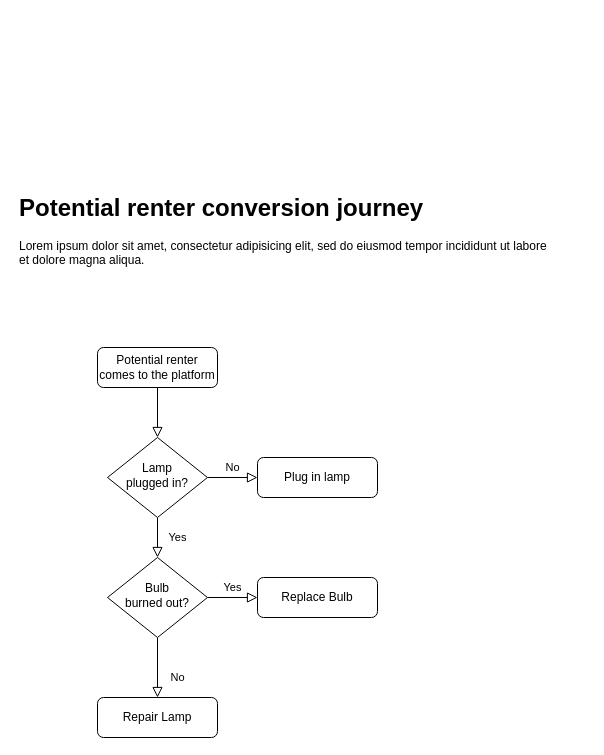
agratapatel/artlife keeps this draw.io diagram as Untitled Diagram.drawio. Above is the earlier version. Source tidied: cells renumbered, new cells numbered last; positions are measured from the earlier drawing's top-left corner, leaving out a move shared by most shapes. Both pictures are drawn from the tidied source at 100%, with x=0, y=0 at pixel (17, 187).
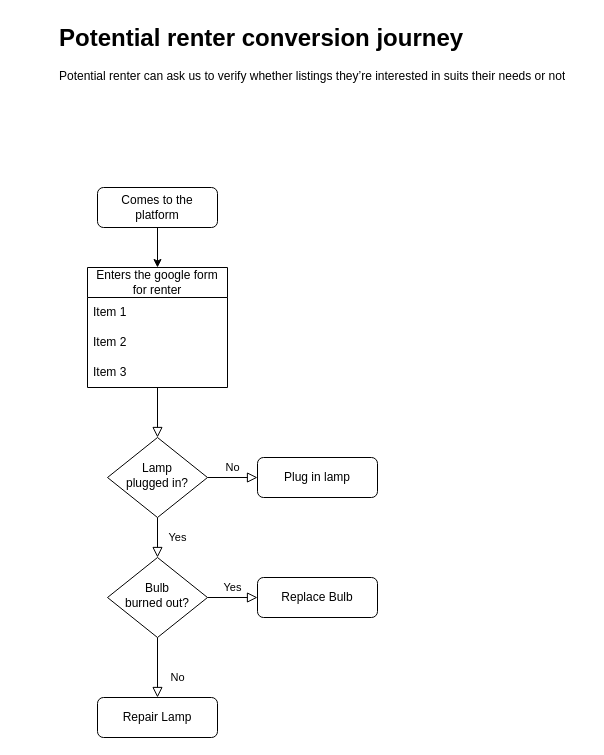
Above is the later version.

The edit, as a diff of the source:
```diff
@@
 <mxGraphModel>
   <root>
     <mxCell id="0" />
     <mxCell id="1" parent="0" />
-    <mxCell id="2" style="rounded=0;html=1;jettySize=auto;fontSize=11;endArrow=block;endFill=0;endSize=8;strokeWidth=1;shadow=0;labelBackgroundColor=none;edgeStyle=orthogonalEdgeStyle;" parent="1" edge="1" source="3" target="6">
+    <mxCell id="2" style="rounded=0;html=1;jettySize=auto;fontSize=11;endArrow=block;endFill=0;endSize=8;strokeWidth=1;shadow=0;labelBackgroundColor=none;edgeStyle=orthogonalEdgeStyle;exitX=0.5;exitY=1;exitDx=0;exitDy=0;" parent="1" edge="1" source="16" target="6">
       <mxGeometry relative="1" as="geometry" />
     </mxCell>
-    <mxCell id="3" value="Potential renter comes to the platform" style="rounded=1;whiteSpace=wrap;html=1;fontSize=12;glass=0;strokeWidth=1;shadow=0;" parent="1" vertex="1">
-      <mxGeometry x="80" y="160" width="120" height="40" as="geometry" />
-    </mxCell>
+    <mxCell id="14" style="edgeStyle=orthogonalEdgeStyle;rounded=0;jettySize=auto;html=1;exitX=0.5;exitY=1;exitDx=0;exitDy=0;entryX=0.5;entryY=0;entryDx=0;entryDy=0;" parent="1" edge="1" source="15" target="16">
+      <mxGeometry relative="1" as="geometry" />
+    </mxCell>
     <mxCell id="4" value="Yes" style="rounded=0;html=1;jettySize=auto;fontSize=11;endArrow=block;endFill=0;endSize=8;strokeWidth=1;shadow=0;labelBackgroundColor=none;edgeStyle=orthogonalEdgeStyle;" parent="1" edge="1" source="6" target="10">
       <mxGeometry y="20" relative="1" as="geometry" />
     </mxCell>
     <mxCell id="5" value="No" style="edgeStyle=orthogonalEdgeStyle;rounded=0;html=1;jettySize=auto;fontSize=11;endArrow=block;endFill=0;endSize=8;strokeWidth=1;shadow=0;labelBackgroundColor=none;" parent="1" edge="1" source="6" target="7">
       <mxGeometry y="10" relative="1" as="geometry" />
     </mxCell>
     <mxCell id="6" value="Lamp&lt;br&gt;plugged in?" style="rhombus;whiteSpace=wrap;html=1;shadow=0;fontFamily=Helvetica;fontSize=12;align=center;strokeWidth=1;spacing=6;spacingTop=-4;" parent="1" vertex="1">
       <mxGeometry x="90" y="250" width="100" height="80" as="geometry" />
     </mxCell>
     <mxCell id="7" value="Plug in lamp" style="rounded=1;whiteSpace=wrap;html=1;fontSize=12;glass=0;strokeWidth=1;shadow=0;" parent="1" vertex="1">
       <mxGeometry x="240" y="270" width="120" height="40" as="geometry" />
     </mxCell>
     <mxCell id="8" value="No" style="rounded=0;html=1;jettySize=auto;fontSize=11;endArrow=block;endFill=0;endSize=8;strokeWidth=1;shadow=0;labelBackgroundColor=none;edgeStyle=orthogonalEdgeStyle;" parent="1" edge="1" source="10" target="11">
       <mxGeometry x="0.33" y="20" relative="1" as="geometry" />
     </mxCell>
     <mxCell id="9" value="Yes" style="edgeStyle=orthogonalEdgeStyle;rounded=0;html=1;jettySize=auto;fontSize=11;endArrow=block;endFill=0;endSize=8;strokeWidth=1;shadow=0;labelBackgroundColor=none;" parent="1" edge="1" source="10" target="12">
       <mxGeometry y="10" relative="1" as="geometry" />
     </mxCell>
     <mxCell id="10" value="Bulb&lt;br&gt;burned out?" style="rhombus;whiteSpace=wrap;html=1;shadow=0;fontFamily=Helvetica;fontSize=12;align=center;strokeWidth=1;spacing=6;spacingTop=-4;" parent="1" vertex="1">
       <mxGeometry x="90" y="370" width="100" height="80" as="geometry" />
     </mxCell>
     <mxCell id="11" value="Repair Lamp" style="rounded=1;whiteSpace=wrap;html=1;fontSize=12;glass=0;strokeWidth=1;shadow=0;" parent="1" vertex="1">
       <mxGeometry x="80" y="510" width="120" height="40" as="geometry" />
     </mxCell>
     <mxCell id="12" value="Replace Bulb" style="rounded=1;whiteSpace=wrap;html=1;fontSize=12;glass=0;strokeWidth=1;shadow=0;" parent="1" vertex="1">
       <mxGeometry x="240" y="390" width="120" height="40" as="geometry" />
     </mxCell>
-    <mxCell id="13" value="&lt;h1 style=&quot;margin-top: 0px;&quot;&gt;Potential renter conversion journey&lt;/h1&gt;&lt;p&gt;Lorem ipsum dolor sit amet, consectetur adipisicing elit, sed do eiusmod tempor incididunt ut labore et dolore magna aliqua.&lt;/p&gt;" style="text;html=1;whiteSpace=wrap;overflow=hidden;rounded=0;" parent="1" vertex="1">
-      <mxGeometry width="530" height="120" as="geometry" />
+    <mxCell id="13" value="&lt;h1 style=&quot;margin-top: 0px;&quot;&gt;Potential renter conversion journey&lt;/h1&gt;&lt;p&gt;Potential renter can ask us to verify whether listings they’re interested in suits their needs or not&lt;/p&gt;" style="text;html=1;whiteSpace=wrap;overflow=hidden;rounded=0;" parent="1" vertex="1">
+      <mxGeometry x="40" y="-170" width="530" height="90" as="geometry" />
     </mxCell>
+    <mxCell id="15" value="Comes to the platform" style="whiteSpace=wrap;html=1;rounded=1;glass=0;strokeWidth=1;shadow=0;" parent="1" vertex="1">
+      <mxGeometry x="80" width="120" height="40" as="geometry" />
+    </mxCell>
+    <mxCell id="16" value="Enters the google form for renter" style="swimlane;fontStyle=0;horizontal=1;startSize=30;whiteSpace=wrap;html=1;" parent="1" vertex="1">
+      <mxGeometry x="70" y="80" width="140" height="120" as="geometry" />
+    </mxCell>
+    <mxCell id="17" value="Item 1" style="text;strokeColor=none;fillColor=none;align=left;verticalAlign=middle;spacingLeft=4;spacingRight=4;overflow=hidden;whiteSpace=wrap;html=1;" parent="16" vertex="1">
+      <mxGeometry y="30" width="140" height="30" as="geometry" />
+    </mxCell>
+    <mxCell id="18" value="Item 2" style="text;strokeColor=none;fillColor=none;align=left;verticalAlign=middle;spacingLeft=4;spacingRight=4;overflow=hidden;whiteSpace=wrap;html=1;" parent="16" vertex="1">
+      <mxGeometry y="60" width="140" height="30" as="geometry" />
+    </mxCell>
+    <mxCell id="19" value="Item 3" style="text;strokeColor=none;fillColor=none;align=left;verticalAlign=middle;spacingLeft=4;spacingRight=4;overflow=hidden;whiteSpace=wrap;html=1;" parent="16" vertex="1">
+      <mxGeometry y="90" width="140" height="30" as="geometry" />
+    </mxCell>
   </root>
 </mxGraphModel>
```
